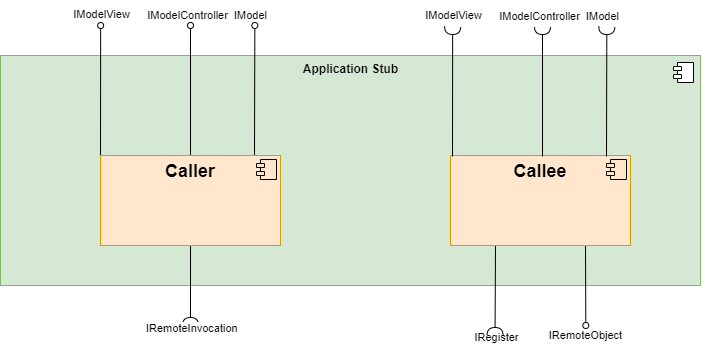
KjellooMelloo/gameoftrons keeps this draw.io diagram as Doku/images/Whitebox_AppStub.png. Above is the earlier version. Source tidied: cells renumbered, new cells last; positions are measured from the earlier drawing's top-left corner, leaving out a move shared by most shapes. The source it was exported from:
```xml
<mxGraphModel>
  <root>
    <mxCell id="0" />
    <mxCell id="1" parent="0" />
    <mxCell id="2" value="&lt;b&gt;&lt;font style=&quot;font-size: 12px;&quot;&gt;Application Stub&lt;/font&gt;&lt;/b&gt;" style="html=1;fontSize=10;fillColor=#d5e8d4;verticalAlign=top;strokeColor=#82b366;" parent="1" vertex="1">
      <mxGeometry y="55" width="700" height="230" as="geometry" />
    </mxCell>
    <mxCell id="3" style="shape=module;jettyWidth=8;jettyHeight=4;fontSize=10;fontColor=default;fillColor=#FFFFFF;" parent="2" vertex="1">
      <mxGeometry x="1" width="20" height="20" relative="1" as="geometry">
        <mxPoint x="-27" y="7" as="offset" />
      </mxGeometry>
    </mxCell>
    <mxCell id="4" style="edgeStyle=orthogonalEdgeStyle;rounded=0;jettySize=auto;html=1;exitX=0.5;exitY=1;exitDx=0;exitDy=0;fontSize=11;startArrow=none;startFill=0;endArrow=halfCircle;endFill=0;" parent="1" edge="1" source="10">
      <mxGeometry relative="1" as="geometry">
        <mxPoint x="190" y="325" as="targetPoint" />
      </mxGeometry>
    </mxCell>
    <mxCell id="5" style="edgeStyle=orthogonalEdgeStyle;rounded=0;jettySize=auto;html=1;exitX=0;exitY=0;exitDx=0;exitDy=0;fontSize=11;startArrow=none;startFill=0;endArrow=oval;endFill=0;" parent="1" edge="1" source="10">
      <mxGeometry relative="1" as="geometry">
        <mxPoint x="100.2" y="25" as="targetPoint" />
      </mxGeometry>
    </mxCell>
    <mxCell id="6" value="IModelView" style="edgeLabel;html=1;align=center;verticalAlign=middle;fontSize=11;" parent="5" vertex="1">
      <mxGeometry x="1" y="12" relative="1" as="geometry">
        <mxPoint x="12" y="-11" as="offset" />
      </mxGeometry>
    </mxCell>
    <mxCell id="7" style="edgeStyle=orthogonalEdgeStyle;rounded=0;jettySize=auto;html=1;exitX=0.5;exitY=0;exitDx=0;exitDy=0;fontSize=11;startArrow=none;startFill=0;endArrow=oval;endFill=0;" parent="1" edge="1" source="10">
      <mxGeometry relative="1" as="geometry">
        <mxPoint x="190" y="25" as="targetPoint" />
      </mxGeometry>
    </mxCell>
    <mxCell id="8" value="IModelController" style="edgeLabel;html=1;align=center;verticalAlign=middle;fontSize=11;" parent="7" vertex="1">
      <mxGeometry x="1" y="11" relative="1" as="geometry">
        <mxPoint x="7" y="-10" as="offset" />
      </mxGeometry>
    </mxCell>
    <mxCell id="9" style="rounded=0;orthogonalLoop=1;jettySize=auto;html=1;exitX=0.75;exitY=0;exitDx=0;exitDy=0;fontSize=11;startArrow=none;startFill=0;endArrow=oval;endFill=0;" parent="1" edge="1">
      <mxGeometry relative="1" as="geometry">
        <mxPoint x="254" y="155" as="sourcePoint" />
        <mxPoint x="254.3" y="25" as="targetPoint" />
      </mxGeometry>
    </mxCell>
    <mxCell id="10" value="&lt;p style=&quot;margin: 6px 0px 0px; text-align: center; font-size: 18px;&quot;&gt;Caller&lt;/p&gt;" style="align=left;overflow=fill;html=1;fontSize=9;fillColor=#ffe6cc;spacingBottom=-6;verticalAlign=middle;strokeColor=#d79b00;fontStyle=1;" parent="1" vertex="1">
      <mxGeometry x="100" y="155" width="180" height="90" as="geometry" />
    </mxCell>
    <mxCell id="11" style="shape=component;jettyWidth=8;jettyHeight=4;fontSize=9;fillColor=none;" parent="10" vertex="1">
      <mxGeometry x="1" width="20" height="20" relative="1" as="geometry">
        <mxPoint x="-24" y="4" as="offset" />
      </mxGeometry>
    </mxCell>
    <mxCell id="12" style="edgeStyle=none;rounded=0;jettySize=auto;html=1;exitX=0.75;exitY=1;exitDx=0;exitDy=0;fontSize=11;startArrow=none;startFill=0;endArrow=oval;endFill=0;" parent="1" edge="1" source="15">
      <mxGeometry relative="1" as="geometry">
        <mxPoint x="585.3" y="325" as="targetPoint" />
      </mxGeometry>
    </mxCell>
    <mxCell id="13" value="IRemoteObject" style="edgeLabel;html=1;align=center;verticalAlign=middle;fontSize=11;" parent="12" vertex="1">
      <mxGeometry x="1" y="-8" relative="1" as="geometry">
        <mxPoint x="7" y="9" as="offset" />
      </mxGeometry>
    </mxCell>
    <mxCell id="14" style="edgeStyle=none;rounded=0;jettySize=auto;html=1;exitX=0.25;exitY=1;exitDx=0;exitDy=0;fontSize=11;startArrow=none;startFill=0;endArrow=halfCircle;endFill=0;" parent="1" edge="1" source="15">
      <mxGeometry relative="1" as="geometry">
        <mxPoint x="494.5" y="335" as="targetPoint" />
      </mxGeometry>
    </mxCell>
    <mxCell id="15" value="&lt;p style=&quot;margin: 6px 0px 0px; text-align: center; font-size: 18px;&quot;&gt;Callee&lt;/p&gt;" style="align=left;overflow=fill;html=1;fontSize=9;fillColor=#ffe6cc;spacingBottom=-6;verticalAlign=middle;strokeColor=#d79b00;fontStyle=1;" parent="1" vertex="1">
      <mxGeometry x="450" y="155" width="180" height="90" as="geometry" />
    </mxCell>
    <mxCell id="16" style="shape=component;jettyWidth=8;jettyHeight=4;fontSize=9;fillColor=none;" parent="15" vertex="1">
      <mxGeometry x="1" width="20" height="20" relative="1" as="geometry">
        <mxPoint x="-24" y="4" as="offset" />
      </mxGeometry>
    </mxCell>
    <mxCell id="17" value="&lt;span style=&quot;color: rgb(0, 0, 0); font-family: Helvetica; font-size: 11px; font-style: normal; font-variant-ligatures: normal; font-variant-caps: normal; font-weight: 400; letter-spacing: normal; orphans: 2; text-align: center; text-indent: 0px; text-transform: none; widows: 2; word-spacing: 0px; -webkit-text-stroke-width: 0px; background-color: rgb(255, 255, 255); text-decoration-thickness: initial; text-decoration-style: initial; text-decoration-color: initial; float: none; display: inline !important;&quot;&gt;IRemoteInvocation&lt;/span&gt;" style="text;whiteSpace=wrap;html=1;fontSize=11;" parent="1" vertex="1">
      <mxGeometry x="144" y="315" width="130" height="40" as="geometry" />
    </mxCell>
    <mxCell id="18" value="IModel" style="text;html=1;align=center;verticalAlign=middle;strokeColor=none;fillColor=none;fontSize=11;" parent="1" vertex="1">
      <mxGeometry x="220" width="60" height="30" as="geometry" />
    </mxCell>
    <mxCell id="19" style="rounded=0;orthogonalLoop=1;jettySize=auto;html=1;exitX=0;exitY=0;exitDx=0;exitDy=0;fontSize=11;startArrow=none;startFill=0;endArrow=halfCircle;endFill=0;" parent="1" edge="1">
      <mxGeometry relative="1" as="geometry">
        <mxPoint x="452" y="156" as="sourcePoint" />
        <mxPoint x="452.2" y="26" as="targetPoint" />
      </mxGeometry>
    </mxCell>
    <mxCell id="20" value="IModelView" style="edgeLabel;html=1;align=center;verticalAlign=middle;fontSize=11;" parent="19" vertex="1">
      <mxGeometry x="1" y="12" relative="1" as="geometry">
        <mxPoint x="12" y="-11" as="offset" />
      </mxGeometry>
    </mxCell>
    <mxCell id="21" style="edgeStyle=orthogonalEdgeStyle;rounded=0;orthogonalLoop=1;jettySize=auto;html=1;exitX=0.5;exitY=0;exitDx=0;exitDy=0;fontSize=11;startArrow=none;startFill=0;endArrow=halfCircle;endFill=0;" parent="1" edge="1">
      <mxGeometry relative="1" as="geometry">
        <mxPoint x="542" y="156" as="sourcePoint" />
        <mxPoint x="542" y="26" as="targetPoint" />
      </mxGeometry>
    </mxCell>
    <mxCell id="22" value="IModelController" style="edgeLabel;html=1;align=center;verticalAlign=middle;fontSize=11;" parent="21" vertex="1">
      <mxGeometry x="1" y="11" relative="1" as="geometry">
        <mxPoint x="7" y="-10" as="offset" />
      </mxGeometry>
    </mxCell>
    <mxCell id="23" style="rounded=0;orthogonalLoop=1;jettySize=auto;html=1;exitX=0.75;exitY=0;exitDx=0;exitDy=0;fontSize=11;startArrow=none;startFill=0;endArrow=halfCircle;endFill=0;" parent="1" edge="1">
      <mxGeometry relative="1" as="geometry">
        <mxPoint x="606" y="156" as="sourcePoint" />
        <mxPoint x="606.3" y="26" as="targetPoint" />
      </mxGeometry>
    </mxCell>
    <mxCell id="24" value="IModel" style="text;html=1;align=center;verticalAlign=middle;points=[];strokeColor=none;fillColor=none;fontSize=11;" parent="1" vertex="1">
      <mxGeometry x="572" y="1" width="60" height="30" as="geometry" />
    </mxCell>
    <mxCell id="25" value="IRegister" style="text;html=1;align=center;verticalAlign=middle;strokeColor=none;fillColor=none;fontSize=11;" parent="1" vertex="1">
      <mxGeometry x="461" y="322" width="70" height="30" as="geometry" />
    </mxCell>
  </root>
</mxGraphModel>
```
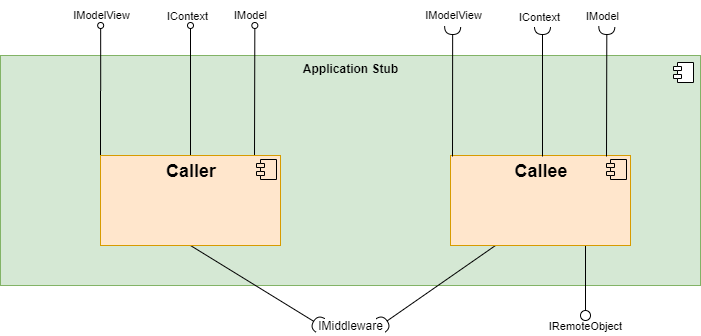
After the change.

Commit message:
updated appstub with IContext and IMiddleware

What changed in the source:
```diff
@@ -10,10 +10,8 @@
         <mxPoint x="-27" y="7" as="offset" />
       </mxGeometry>
     </mxCell>
-    <mxCell id="4" style="edgeStyle=orthogonalEdgeStyle;rounded=0;jettySize=auto;html=1;exitX=0.5;exitY=1;exitDx=0;exitDy=0;fontSize=11;startArrow=none;startFill=0;endArrow=halfCircle;endFill=0;" parent="1" edge="1" source="10">
-      <mxGeometry relative="1" as="geometry">
-        <mxPoint x="190" y="325" as="targetPoint" />
-      </mxGeometry>
+    <mxCell id="4" style="rounded=0;jettySize=auto;html=1;exitX=0.5;exitY=1;exitDx=0;exitDy=0;fontSize=11;startArrow=none;startFill=0;endArrow=halfCircle;endFill=0;entryX=0.125;entryY=0.5;entryDx=0;entryDy=0;entryPerimeter=0;" parent="1" edge="1" source="10" target="24">
+      <mxGeometry relative="1" as="geometry" />
     </mxCell>
     <mxCell id="5" style="edgeStyle=orthogonalEdgeStyle;rounded=0;jettySize=auto;html=1;exitX=0;exitY=0;exitDx=0;exitDy=0;fontSize=11;startArrow=none;startFill=0;endArrow=oval;endFill=0;" parent="1" edge="1" source="10">
       <mxGeometry relative="1" as="geometry">
@@ -30,7 +28,7 @@
         <mxPoint x="190" y="25" as="targetPoint" />
       </mxGeometry>
     </mxCell>
-    <mxCell id="8" value="IModelController" style="edgeLabel;html=1;align=center;verticalAlign=middle;fontSize=11;" parent="7" vertex="1">
+    <mxCell id="8" value="IContext" style="edgeLabel;html=1;align=center;verticalAlign=middle;fontSize=11;" parent="7" vertex="1">
       <mxGeometry x="1" y="11" relative="1" as="geometry">
         <mxPoint x="7" y="-10" as="offset" />
       </mxGeometry>
@@ -49,19 +47,19 @@
         <mxPoint x="-24" y="4" as="offset" />
       </mxGeometry>
     </mxCell>
-    <mxCell id="12" style="edgeStyle=none;rounded=0;jettySize=auto;html=1;exitX=0.75;exitY=1;exitDx=0;exitDy=0;fontSize=11;startArrow=none;startFill=0;endArrow=oval;endFill=0;" parent="1" edge="1" source="15">
+    <mxCell id="12" style="edgeStyle=none;rounded=0;jettySize=auto;html=1;exitX=0.75;exitY=1;exitDx=0;exitDy=0;fontSize=11;startArrow=none;startFill=0;endArrow=oval;endFill=0;endSize=10;" parent="1" edge="1" source="15">
       <mxGeometry relative="1" as="geometry">
-        <mxPoint x="585.3" y="325" as="targetPoint" />
+        <mxPoint x="585" y="315" as="targetPoint" />
       </mxGeometry>
     </mxCell>
     <mxCell id="13" value="IRemoteObject" style="edgeLabel;html=1;align=center;verticalAlign=middle;fontSize=11;" parent="12" vertex="1">
       <mxGeometry x="1" y="-8" relative="1" as="geometry">
-        <mxPoint x="7" y="9" as="offset" />
+        <mxPoint x="7" y="10" as="offset" />
       </mxGeometry>
     </mxCell>
     <mxCell id="14" style="edgeStyle=none;rounded=0;jettySize=auto;html=1;exitX=0.25;exitY=1;exitDx=0;exitDy=0;fontSize=11;startArrow=none;startFill=0;endArrow=halfCircle;endFill=0;" parent="1" edge="1" source="15">
       <mxGeometry relative="1" as="geometry">
-        <mxPoint x="494.5" y="335" as="targetPoint" />
+        <mxPoint x="380" y="325" as="targetPoint" />
       </mxGeometry>
     </mxCell>
     <mxCell id="15" value="&lt;p style=&quot;margin: 6px 0px 0px; text-align: center; font-size: 18px;&quot;&gt;Callee&lt;/p&gt;" style="align=left;overflow=fill;html=1;fontSize=9;fillColor=#ffe6cc;spacingBottom=-6;verticalAlign=middle;strokeColor=#d79b00;fontStyle=1;" parent="1" vertex="1">
@@ -72,45 +70,42 @@
         <mxPoint x="-24" y="4" as="offset" />
       </mxGeometry>
     </mxCell>
-    <mxCell id="17" value="&lt;span style=&quot;color: rgb(0, 0, 0); font-family: Helvetica; font-size: 11px; font-style: normal; font-variant-ligatures: normal; font-variant-caps: normal; font-weight: 400; letter-spacing: normal; orphans: 2; text-align: center; text-indent: 0px; text-transform: none; widows: 2; word-spacing: 0px; -webkit-text-stroke-width: 0px; background-color: rgb(255, 255, 255); text-decoration-thickness: initial; text-decoration-style: initial; text-decoration-color: initial; float: none; display: inline !important;&quot;&gt;IRemoteInvocation&lt;/span&gt;" style="text;whiteSpace=wrap;html=1;fontSize=11;" parent="1" vertex="1">
-      <mxGeometry x="144" y="315" width="130" height="40" as="geometry" />
+    <mxCell id="17" value="IModel" style="text;html=1;align=center;verticalAlign=middle;strokeColor=none;fillColor=none;fontSize=11;" parent="1" vertex="1">
+      <mxGeometry x="220" width="60" height="30" as="geometry" />
     </mxCell>
-    <mxCell id="18" value="IModel" style="text;html=1;align=center;verticalAlign=middle;strokeColor=none;fillColor=none;fontSize=11;" parent="1" vertex="1">
-      <mxGeometry x="220" width="60" height="30" as="geometry" />
+    <mxCell id="18" style="rounded=0;orthogonalLoop=1;jettySize=auto;html=1;exitX=0;exitY=0;exitDx=0;exitDy=0;fontSize=11;startArrow=none;startFill=0;endArrow=halfCircle;endFill=0;" parent="1" edge="1">
+      <mxGeometry relative="1" as="geometry">
+        <mxPoint x="452" y="156" as="sourcePoint" />
+        <mxPoint x="452.2" y="26" as="targetPoint" />
+      </mxGeometry>
     </mxCell>
-    <mxCell id="19" style="rounded=0;orthogonalLoop=1;jettySize=auto;html=1;exitX=0;exitY=0;exitDx=0;exitDy=0;fontSize=11;startArrow=none;startFill=0;endArrow=halfCircle;endFill=0;" parent="1" edge="1">
-      <mxGeometry relative="1" as="geometry">
-        <mxPoint x="452" y="156" as="sourcePoint" />
-        <mxPoint x="452.2" y="26" as="targetPoint" />
+    <mxCell id="19" value="IModelView" style="edgeLabel;html=1;align=center;verticalAlign=middle;fontSize=11;" parent="18" vertex="1">
+      <mxGeometry x="1" y="12" relative="1" as="geometry">
+        <mxPoint x="12" y="-11" as="offset" />
       </mxGeometry>
     </mxCell>
-    <mxCell id="20" value="IModelView" style="edgeLabel;html=1;align=center;verticalAlign=middle;fontSize=11;" parent="19" vertex="1">
-      <mxGeometry x="1" y="12" relative="1" as="geometry">
-        <mxPoint x="12" y="-11" as="offset" />
+    <mxCell id="20" style="edgeStyle=orthogonalEdgeStyle;rounded=0;orthogonalLoop=1;jettySize=auto;html=1;exitX=0.5;exitY=0;exitDx=0;exitDy=0;fontSize=11;startArrow=none;startFill=0;endArrow=halfCircle;endFill=0;" parent="1" edge="1">
+      <mxGeometry relative="1" as="geometry">
+        <mxPoint x="542" y="156" as="sourcePoint" />
+        <mxPoint x="542" y="26" as="targetPoint" />
       </mxGeometry>
     </mxCell>
-    <mxCell id="21" style="edgeStyle=orthogonalEdgeStyle;rounded=0;orthogonalLoop=1;jettySize=auto;html=1;exitX=0.5;exitY=0;exitDx=0;exitDy=0;fontSize=11;startArrow=none;startFill=0;endArrow=halfCircle;endFill=0;" parent="1" edge="1">
-      <mxGeometry relative="1" as="geometry">
-        <mxPoint x="542" y="156" as="sourcePoint" />
-        <mxPoint x="542" y="26" as="targetPoint" />
+    <mxCell id="21" value="IContext" style="edgeLabel;html=1;align=center;verticalAlign=middle;fontSize=11;" parent="20" vertex="1">
+      <mxGeometry x="1" y="11" relative="1" as="geometry">
+        <mxPoint x="7" y="-10" as="offset" />
       </mxGeometry>
     </mxCell>
-    <mxCell id="22" value="IModelController" style="edgeLabel;html=1;align=center;verticalAlign=middle;fontSize=11;" parent="21" vertex="1">
-      <mxGeometry x="1" y="11" relative="1" as="geometry">
-        <mxPoint x="7" y="-10" as="offset" />
+    <mxCell id="22" style="rounded=0;orthogonalLoop=1;jettySize=auto;html=1;exitX=0.75;exitY=0;exitDx=0;exitDy=0;fontSize=11;startArrow=none;startFill=0;endArrow=halfCircle;endFill=0;" parent="1" edge="1">
+      <mxGeometry relative="1" as="geometry">
+        <mxPoint x="606" y="156" as="sourcePoint" />
+        <mxPoint x="606.3" y="26" as="targetPoint" />
       </mxGeometry>
     </mxCell>
-    <mxCell id="23" style="rounded=0;orthogonalLoop=1;jettySize=auto;html=1;exitX=0.75;exitY=0;exitDx=0;exitDy=0;fontSize=11;startArrow=none;startFill=0;endArrow=halfCircle;endFill=0;" parent="1" edge="1">
-      <mxGeometry relative="1" as="geometry">
-        <mxPoint x="606" y="156" as="sourcePoint" />
-        <mxPoint x="606.3" y="26" as="targetPoint" />
-      </mxGeometry>
+    <mxCell id="23" value="IModel" style="text;html=1;align=center;verticalAlign=middle;strokeColor=none;fillColor=none;fontSize=11;" parent="1" vertex="1">
+      <mxGeometry x="572" y="1" width="60" height="30" as="geometry" />
     </mxCell>
-    <mxCell id="24" value="IModel" style="text;html=1;align=center;verticalAlign=middle;points=[];strokeColor=none;fillColor=none;fontSize=11;" parent="1" vertex="1">
-      <mxGeometry x="572" y="1" width="60" height="30" as="geometry" />
+    <mxCell id="24" value="IMiddleware" style="text;html=1;align=center;verticalAlign=middle;points=[];" parent="1" vertex="1">
+      <mxGeometry x="310" y="315" width="80" height="20" as="geometry" />
     </mxCell>
-    <mxCell id="25" value="IRegister" style="text;html=1;align=center;verticalAlign=middle;strokeColor=none;fillColor=none;fontSize=11;" parent="1" vertex="1">
-      <mxGeometry x="461" y="322" width="70" height="30" as="geometry" />
-    </mxCell>
   </root>
 </mxGraphModel>
```
